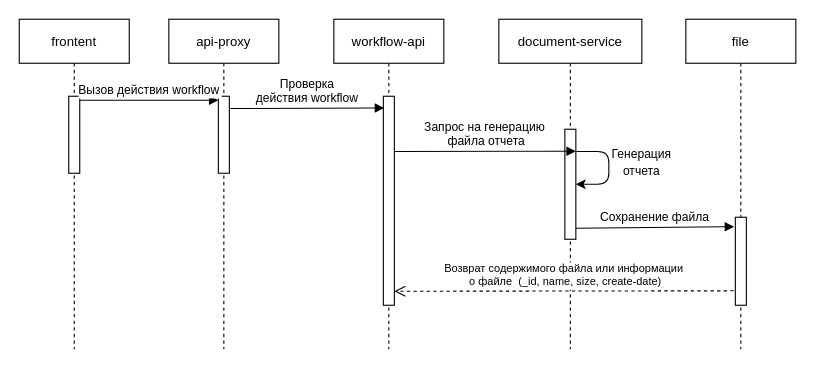
The draw.io diagram document-service/syncExport.drawio in effective-group/docs-drawio, before the edit. Source tidied: cells renumbered, new cells numbered last; positions are measured from the earlier drawing's top-left corner, leaving out a move shared by most shapes. Both pictures are drawn from the tidied source at 110%, with x=0, y=0 at pixel (19, 19).
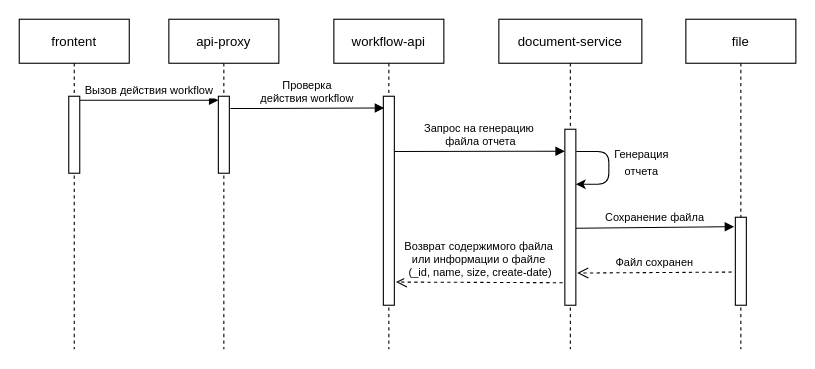
The same page after the edit.

Unchanged cells that the change refers to:
```xml
<mxCell id="3" style="points=[];perimeter=orthogonalPerimeter;rounded=0;shadow=0;strokeWidth=1;" parent="2" vertex="1">
  <mxGeometry x="45" y="70" width="10" height="70" as="geometry" />
</mxCell>
<mxCell id="5" style="points=[];perimeter=orthogonalPerimeter;rounded=0;shadow=0;strokeWidth=1;" parent="4" vertex="1">
  <mxGeometry x="45" y="70" width="10" height="70" as="geometry" />
</mxCell>
<mxCell id="7" style="points=[];perimeter=orthogonalPerimeter;rounded=0;shadow=0;strokeWidth=1;" parent="6" vertex="1">
  <mxGeometry x="45" y="70" width="10" height="190" as="geometry" />
</mxCell>
<mxCell id="8" value="document-service" style="shape=umlLifeline;perimeter=lifelinePerimeter;rounded=0;shadow=0;strokeWidth=1;" parent="1" vertex="1">
  <mxGeometry x="436" width="130" height="300" as="geometry" />
</mxCell>
<mxCell id="12" style="points=[];perimeter=orthogonalPerimeter;rounded=0;shadow=0;strokeWidth=1;" parent="11" vertex="1">
  <mxGeometry x="45" y="180" width="10" height="80" as="geometry" />
</mxCell>
```

What changed in the source:
```diff
@@
     <mxCell id="9" style="points=[];perimeter=orthogonalPerimeter;rounded=0;shadow=0;strokeWidth=1;" parent="8" vertex="1">
-      <mxGeometry x="60" y="100" width="10" height="100" as="geometry" />
+      <mxGeometry x="60" y="100" width="10" height="160" as="geometry" />
     </mxCell>
@@
-    <mxCell id="13" value="Вызов действия workflow" style="verticalAlign=bottom;endArrow=block;entryX=0.005;entryY=0.051;shadow=0;strokeWidth=1;entryDx=0;entryDy=0;entryPerimeter=0;exitX=1.028;exitY=0.051;exitDx=0;exitDy=0;exitPerimeter=0;" parent="1" edge="1" source="3" target="5">
+    <mxCell id="13" value="Вызов действия workflow" style="verticalAlign=bottom;endArrow=block;entryX=0.005;entryY=0.051;shadow=0;strokeWidth=1;entryDx=0;entryDy=0;entryPerimeter=0;exitX=1.028;exitY=0.051;exitDx=0;exitDy=0;exitPerimeter=0;fontSize=10;" parent="1" edge="1" source="3" target="5">
       <mxGeometry relative="1" as="geometry" />
     </mxCell>
-    <mxCell id="14" value="Проверка &#10;действия workflow" style="verticalAlign=bottom;endArrow=block;shadow=0;strokeWidth=1;exitX=1.098;exitY=0.16;exitDx=0;exitDy=0;exitPerimeter=0;entryX=0.074;entryY=0.056;entryDx=0;entryDy=0;entryPerimeter=0;" parent="1" edge="1" source="5" target="7">
+    <mxCell id="14" value="Проверка &#10;действия workflow" style="verticalAlign=bottom;endArrow=block;shadow=0;strokeWidth=1;exitX=1.098;exitY=0.16;exitDx=0;exitDy=0;exitPerimeter=0;entryX=0.074;entryY=0.056;entryDx=0;entryDy=0;entryPerimeter=0;fontSize=10;" parent="1" edge="1" source="5" target="7">
       <mxGeometry relative="1" as="geometry" />
     </mxCell>
-    <mxCell id="15" value="Запрос на генерацию&#10; файла отчета" style="verticalAlign=bottom;endArrow=block;shadow=0;strokeWidth=1;exitX=1.041;exitY=0.264;exitDx=0;exitDy=0;exitPerimeter=0;" parent="1" edge="1" source="7">
+    <mxCell id="15" value="Запрос на генерацию&#10; файла отчета" style="verticalAlign=bottom;endArrow=block;shadow=0;strokeWidth=1;exitX=1.041;exitY=0.264;exitDx=0;exitDy=0;exitPerimeter=0;fontSize=10;" parent="1" edge="1" source="7">
       <mxGeometry relative="1" as="geometry">
-        <mxPoint x="506" y="120" as="targetPoint" />
+        <mxPoint x="496" y="120" as="targetPoint" />
       </mxGeometry>
     </mxCell>
-    <mxCell id="16" value="&lt;font style=&quot;font-size: 11px&quot;&gt;Генерация отчета&lt;/font&gt;" style="text;html=1;strokeColor=none;fillColor=none;align=center;verticalAlign=middle;whiteSpace=wrap;rounded=0;" parent="1" vertex="1">
+    <mxCell id="16" value="&lt;font style=&quot;font-size: 10px;&quot;&gt;Генерация отчета&lt;/font&gt;" style="text;html=1;strokeColor=none;fillColor=none;align=center;verticalAlign=middle;whiteSpace=wrap;rounded=0;" parent="1" vertex="1">
       <mxGeometry x="546" y="120" width="40" height="20" as="geometry" />
     </mxCell>
-    <mxCell id="17" value="Сохранение файла" style="verticalAlign=bottom;endArrow=block;shadow=0;strokeWidth=1;exitX=1.041;exitY=0.264;exitDx=0;exitDy=0;exitPerimeter=0;entryX=-0.112;entryY=0.107;entryDx=0;entryDy=0;entryPerimeter=0;" parent="1" edge="1" target="12">
+    <mxCell id="17" value="Сохранение файла" style="verticalAlign=bottom;endArrow=block;shadow=0;strokeWidth=1;exitX=1.041;exitY=0.264;exitDx=0;exitDy=0;exitPerimeter=0;entryX=-0.112;entryY=0.107;entryDx=0;entryDy=0;entryPerimeter=0;fontSize=10;" parent="1" edge="1" target="12">
       <mxGeometry relative="1" as="geometry">
         <mxPoint x="506" y="190" as="sourcePoint" />
       </mxGeometry>
     </mxCell>
-    <mxCell id="18" value="Возврат содержимого файла или информации&#10; о файле  (_id, name, size, create-date)" style="verticalAlign=bottom;endArrow=open;dashed=1;endSize=8;exitX=-0.158;exitY=0.836;shadow=0;strokeWidth=1;exitDx=0;exitDy=0;exitPerimeter=0;fontSize=10;entryX=1;entryY=0.933;entryDx=0;entryDy=0;entryPerimeter=0;" parent="1" edge="1" source="12" target="7">
+    <mxCell id="18" value="Возврат содержимого файла &#10;или информации о файле&#10; (_id, name, size, create-date)" style="verticalAlign=bottom;endArrow=open;dashed=1;endSize=8;shadow=0;strokeWidth=1;fontSize=10;entryX=1.144;entryY=0.889;entryDx=0;entryDy=0;entryPerimeter=0;exitX=-0.191;exitY=0.872;exitDx=0;exitDy=0;exitPerimeter=0;" parent="1" edge="1" source="9" target="7">
       <mxGeometry relative="1" as="geometry" />
     </mxCell>
+    <mxCell id="19" value="Файл сохранен" style="verticalAlign=bottom;endArrow=open;dashed=1;endSize=8;shadow=0;strokeWidth=1;fontSize=10;exitX=-0.321;exitY=0.623;exitDx=0;exitDy=0;exitPerimeter=0;entryX=1.125;entryY=0.817;entryDx=0;entryDy=0;entryPerimeter=0;" parent="1" edge="1" source="12" target="9">
+      <mxGeometry relative="1" as="geometry" />
+    </mxCell>
```
